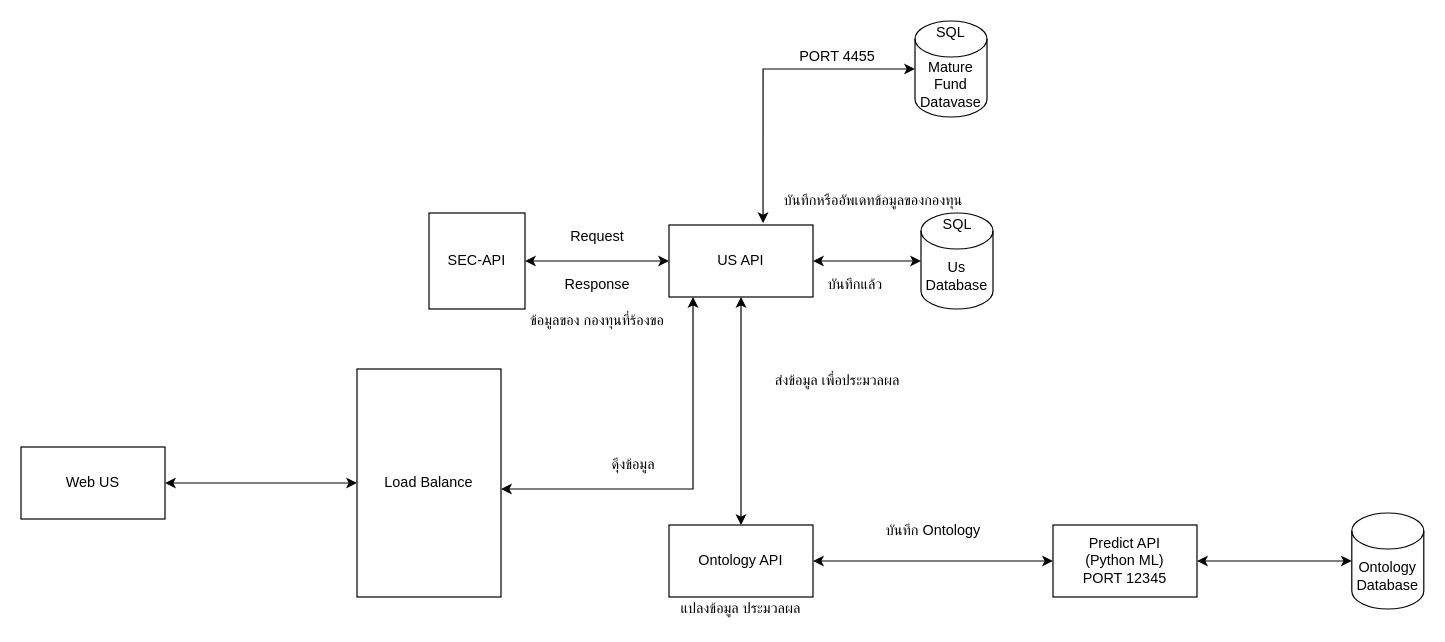
This is Diagram/System-Structure.drawio from onewkub/mutual-fund-api, a draw.io file, before an edit. Source tidied: cells renumbered, new cells numbered last; positions are measured from the earlier drawing's top-left corner, leaving out a move shared by most shapes. Both pictures are drawn from the tidied source at 120%, with x=0, y=0 at pixel (20, 20).
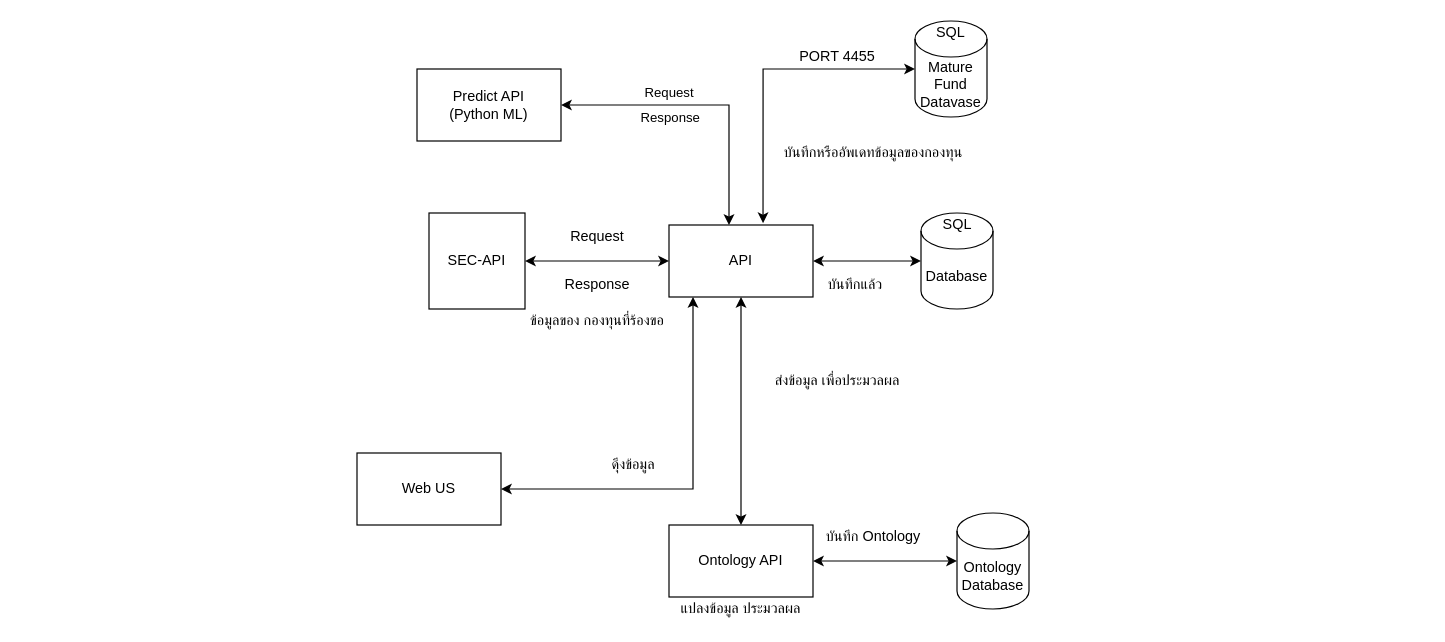
After the change.

Commit message (it also covers changes not shown here):
Change Sys-Structure, Add Document

Unchanged cells that the change refers to:
```xml
<mxCell id="18" value="Ontology API" style="rounded=0;whiteSpace=wrap;html=1;" parent="1" vertex="1">
  <mxGeometry x="540" y="420" width="120" height="60" as="geometry" />
</mxCell>
```

Change to the diagram source:
```diff
@@
-    <mxCell id="2" value="Us Database" style="shape=cylinder3;whiteSpace=wrap;html=1;boundedLbl=1;backgroundOutline=1;size=15;" parent="1" vertex="1">
+    <mxCell id="2" value="Database" style="shape=cylinder3;whiteSpace=wrap;html=1;boundedLbl=1;backgroundOutline=1;size=15;" parent="1" vertex="1">
       <mxGeometry x="750" y="160" width="60" height="80" as="geometry" />
     </mxCell>
@@
+    <mxCell id="31" value="Request" style="edgeStyle=orthogonalEdgeStyle;rounded=0;jettySize=auto;html=1;entryX=1;entryY=0.5;entryDx=0;entryDy=0;startArrow=classic;startFill=1;" parent="1" edge="1" source="6" target="33">
+      <mxGeometry x="0.25" y="-10" relative="1" as="geometry">
+        <Array as="points">
+          <mxPoint x="590" y="70" />
+        </Array>
+      </mxGeometry>
+    </mxCell>
+    <mxCell id="32" value="Response" style="edgeLabel;html=1;align=center;verticalAlign=middle;" parent="31" vertex="1">
+      <mxGeometry x="0.06" relative="1" as="geometry">
+        <mxPoint x="-22.5" y="10" as="offset" />
+      </mxGeometry>
+    </mxCell>
-    <mxCell id="6" value="US API" style="rounded=0;whiteSpace=wrap;html=1;" parent="1" vertex="1">
+    <mxCell id="6" value="API" style="rounded=0;whiteSpace=wrap;html=1;" parent="1" vertex="1">
       <mxGeometry x="540" y="170" width="120" height="60" as="geometry" />
     </mxCell>
@@
     <mxCell id="10" value="บันทึกหรืออัพเดทข้อมูลของกองทุน" style="text;html=1;align=center;verticalAlign=middle;" parent="1" vertex="1">
-      <mxGeometry x="615" y="140" width="190" height="20" as="geometry" />
+      <mxGeometry x="615" y="100" width="190" height="20" as="geometry" />
     </mxCell>
@@
-    <mxCell id="12" style="edgeStyle=orthogonalEdgeStyle;rounded=0;jettySize=auto;html=1;startArrow=classic;startFill=1;" parent="1" edge="1" target="6">
+    <mxCell id="12" style="edgeStyle=orthogonalEdgeStyle;rounded=0;jettySize=auto;html=1;startArrow=classic;startFill=1;exitX=1;exitY=0.5;exitDx=0;exitDy=0;" parent="1" edge="1" source="14" target="6">
       <mxGeometry relative="1" as="geometry">
-        <mxPoint x="400" y="390" as="sourcePoint" />
         <Array as="points">
           <mxPoint x="560" y="390" />
         </Array>
       </mxGeometry>
     </mxCell>
-    <mxCell id="13" style="edgeStyle=orthogonalEdgeStyle;rounded=0;jettySize=auto;html=1;entryX=0;entryY=0.5;entryDx=0;entryDy=0;startArrow=classic;startFill=1;" parent="1" edge="1" source="14" target="27">
-      <mxGeometry relative="1" as="geometry" />
-    </mxCell>
     <mxCell id="14" value="Web US" style="rounded=0;whiteSpace=wrap;html=1;" parent="1" vertex="1">
-      <mxGeometry y="355" width="120" height="60" as="geometry" />
+      <mxGeometry x="280" y="360" width="120" height="60" as="geometry" />
     </mxCell>
     <mxCell id="15" value="Ontology Database" style="shape=cylinder3;whiteSpace=wrap;html=1;boundedLbl=1;backgroundOutline=1;size=15;" parent="1" vertex="1">
-      <mxGeometry x="1109" y="410" width="60" height="80" as="geometry" />
+      <mxGeometry x="780" y="410" width="60" height="80" as="geometry" />
     </mxCell>
-    <mxCell id="16" style="edgeStyle=orthogonalEdgeStyle;rounded=0;jettySize=auto;html=1;startArrow=classic;startFill=1;entryX=0;entryY=0.5;entryDx=0;entryDy=0;" parent="1" edge="1" source="18" target="24">
+    <mxCell id="16" style="edgeStyle=orthogonalEdgeStyle;rounded=0;jettySize=auto;html=1;startArrow=classic;startFill=1;" parent="1" edge="1" source="18" target="15">
       <mxGeometry relative="1" as="geometry" />
     </mxCell>
@@
     <mxCell id="20" value="บันทึก Ontology" style="text;html=1;align=center;verticalAlign=middle;" parent="1" vertex="1">
-      <mxGeometry x="710" y="415" width="100" height="20" as="geometry" />
+      <mxGeometry x="660" y="420" width="100" height="20" as="geometry" />
     </mxCell>
@@
-    <mxCell id="23" style="edgeStyle=orthogonalEdgeStyle;rounded=0;jettySize=auto;html=1;entryX=0;entryY=0.5;entryDx=0;entryDy=0;entryPerimeter=0;startArrow=classic;startFill=1;" parent="1" edge="1" source="24" target="15">
-      <mxGeometry relative="1" as="geometry" />
-    </mxCell>
-    <mxCell id="24" value="Predict API&lt;br&gt;(Python ML)&lt;br&gt;PORT 12345" style="rounded=0;whiteSpace=wrap;html=1;" parent="1" vertex="1">
-      <mxGeometry x="860" y="420" width="120" height="60" as="geometry" />
-    </mxCell>
@@
-    <mxCell id="27" value="Load Balance" style="rounded=0;whiteSpace=wrap;html=1;" parent="1" vertex="1">
-      <mxGeometry x="280" y="290" width="120" height="190" as="geometry" />
-    </mxCell>
@@
+    <mxCell id="33" value="Predict API&lt;br&gt;(Python ML)&lt;br&gt;" style="rounded=0;whiteSpace=wrap;html=1;" parent="1" vertex="1">
+      <mxGeometry x="330" y="40" width="120" height="60" as="geometry" />
+    </mxCell>
```
